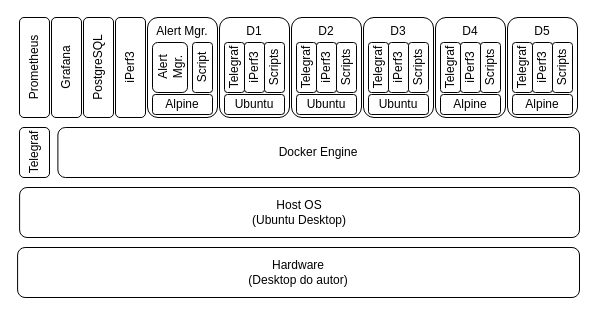
Above: texto/Diagrams/v4-prometheus/final_stack.drawio in vitorco7/saturmon (draw.io), before the change. Source tidied: cells renumbered, new cells numbered last; positions are measured from the earlier drawing's top-left corner, leaving out a move shared by most shapes. Both pictures are drawn from the tidied source at 100%, with x=0, y=0 at pixel (17, 17).
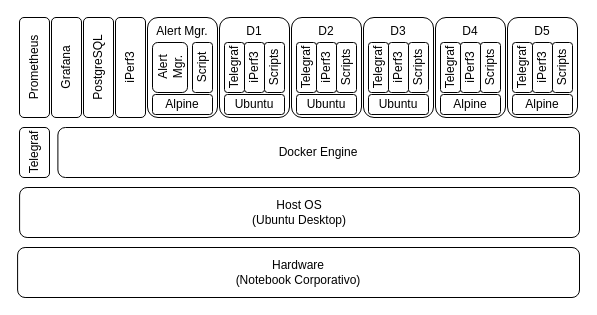
After the change.

The edit, as a diff of the source:
```diff
@@
-    <mxCell id="7" value="Hardware&lt;br&gt;(Desktop do autor)" style="rounded=1;whiteSpace=wrap;html=1;shadow=0;gradientDirection=south;glass=0;" parent="1" vertex="1">
+    <mxCell id="7" value="Hardware&lt;br&gt;(Notebook Corporativo)" style="rounded=1;whiteSpace=wrap;html=1;shadow=0;gradientDirection=south;glass=0;" parent="1" vertex="1">
       <mxGeometry x="0.1" y="230" width="561.9" height="50" as="geometry" />
     </mxCell>
```
